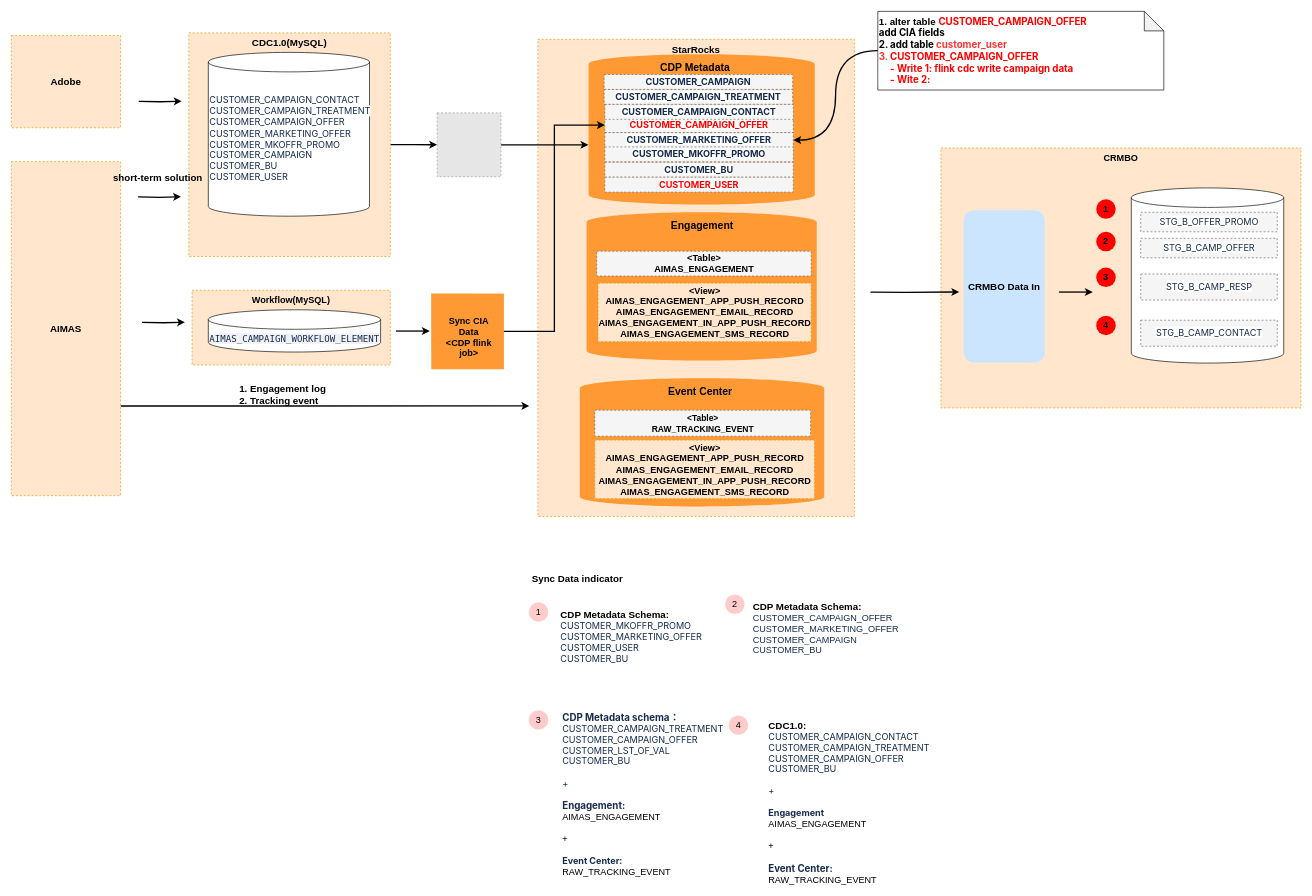
Earlier version of the draw.io diagram techlab/EDP/CRBO data integration strategy V2.drawio (qiufang1314/drawio). Source tidied: cells renumbered, new cells numbered last; positions are measured from the earlier drawing's top-left corner, leaving out a move shared by most shapes. Both pictures are drawn from the tidied source at 65%, with x=0, y=0 at pixel (11, 11). Pictures stored in the file or linked from it are replaced by grey dashed boxes.
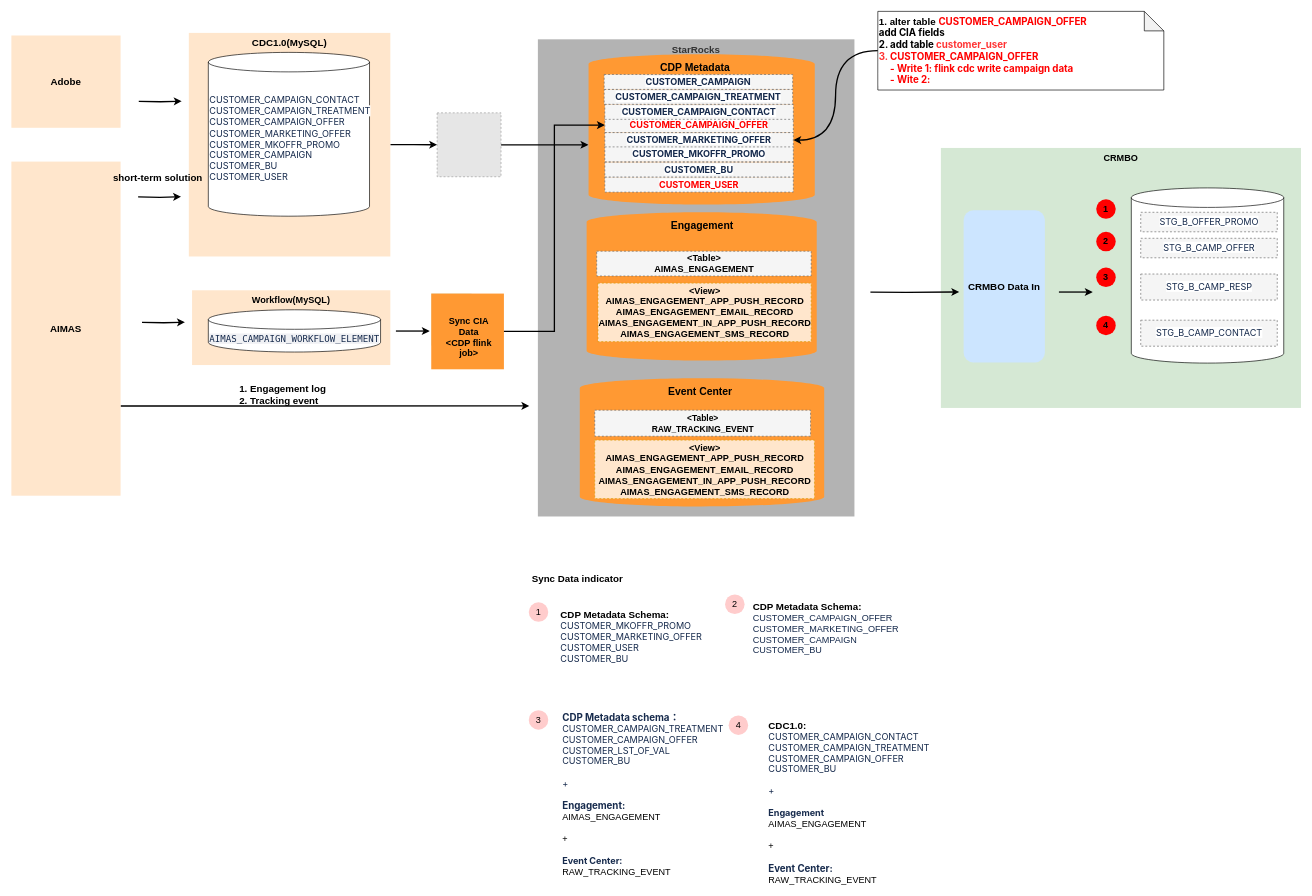
Above is the later version.

What changed in the source:
```diff
@@
-    <mxCell id="2" value="&lt;b&gt;&lt;font&gt;StarRocks&lt;/font&gt;&lt;/b&gt;" style="rounded=0;whiteSpace=wrap;html=1;dashed=1;verticalAlign=top;fillColor=#ffe6cc;strokeColor=#d79b00;fontSize=15;" parent="1" vertex="1">
+    <mxCell id="2" value="&lt;b&gt;&lt;font&gt;StarRocks&lt;/font&gt;&lt;/b&gt;" style="rounded=0;whiteSpace=wrap;html=1;dashed=1;verticalAlign=top;fillColor=#B3B3B3;strokeColor=none;fontSize=15;fontColor=#333333;" parent="1" vertex="1">
       <mxGeometry x="810" y="43" width="487" height="734.1" as="geometry" />
     </mxCell>
@@
-    <mxCell id="4" value="&lt;b&gt;&lt;font&gt;CDC1.0(MySQL)&lt;/font&gt;&lt;/b&gt;" style="rounded=0;whiteSpace=wrap;html=1;dashed=1;verticalAlign=top;fillColor=#ffe6cc;strokeColor=#d79b00;fontSize=15;" parent="1" vertex="1">
+    <mxCell id="4" value="&lt;b&gt;&lt;font&gt;CDC1.0(MySQL)&lt;/font&gt;&lt;/b&gt;" style="rounded=0;whiteSpace=wrap;html=1;dashed=1;verticalAlign=top;fillColor=#ffe6cc;strokeColor=none;fontSize=15;" parent="1" vertex="1">
       <mxGeometry x="273" y="33.1" width="310" height="344" as="geometry" />
     </mxCell>
-    <mxCell id="5" value="&lt;b&gt;&lt;font style=&quot;font-size: 14px;&quot;&gt;CRMBO&lt;/font&gt;&lt;/b&gt;" style="rounded=0;whiteSpace=wrap;html=1;dashed=1;verticalAlign=top;fillColor=#ffe6cc;strokeColor=#d79b00;" parent="1" vertex="1">
+    <mxCell id="5" value="&lt;b&gt;&lt;font style=&quot;font-size: 14px;&quot;&gt;CRMBO&lt;/font&gt;&lt;/b&gt;" style="rounded=0;whiteSpace=wrap;html=1;dashed=1;verticalAlign=top;fillColor=#d5e8d4;strokeColor=none;" parent="1" vertex="1">
       <mxGeometry x="1430" y="210.1" width="554" height="400" as="geometry" />
     </mxCell>
@@
-    <mxCell id="16" value="&lt;b&gt;&lt;font&gt;Adobe&lt;/font&gt;&lt;/b&gt;" style="rounded=0;whiteSpace=wrap;html=1;dashed=1;verticalAlign=middle;fillColor=#ffe6cc;strokeColor=#d79b00;fontSize=15;" parent="1" vertex="1">
+    <mxCell id="16" value="&lt;b&gt;&lt;font&gt;Adobe&lt;/font&gt;&lt;/b&gt;" style="rounded=0;whiteSpace=wrap;html=1;dashed=1;verticalAlign=middle;fillColor=#ffe6cc;strokeColor=none;fontSize=15;" parent="1" vertex="1">
       <mxGeometry y="37.1" width="168" height="142" as="geometry" />
     </mxCell>
@@
-    <mxCell id="18" value="&lt;b&gt;&lt;font&gt;AIMAS&lt;/font&gt;&lt;/b&gt;" style="rounded=0;whiteSpace=wrap;html=1;dashed=1;verticalAlign=middle;fillColor=#ffe6cc;strokeColor=#d79b00;fontSize=15;" parent="1" vertex="1">
+    <mxCell id="18" value="&lt;b&gt;&lt;font&gt;AIMAS&lt;/font&gt;&lt;/b&gt;" style="rounded=0;whiteSpace=wrap;html=1;dashed=1;verticalAlign=middle;fillColor=#ffe6cc;strokeColor=none;fontSize=15;" parent="1" vertex="1">
       <mxGeometry y="231.1" width="168" height="514" as="geometry" />
     </mxCell>
@@
-    <mxCell id="26" value="&lt;b&gt;&lt;font style=&quot;font-size: 14px;&quot;&gt;Workflow(MySQL)&lt;/font&gt;&lt;/b&gt;" style="rounded=0;whiteSpace=wrap;html=1;dashed=1;verticalAlign=top;fillColor=#ffe6cc;strokeColor=#d79b00;" parent="1" vertex="1">
+    <mxCell id="26" value="&lt;b&gt;&lt;font style=&quot;font-size: 14px;&quot;&gt;Workflow(MySQL)&lt;/font&gt;&lt;/b&gt;" style="rounded=0;whiteSpace=wrap;html=1;dashed=1;verticalAlign=top;fillColor=#ffe6cc;strokeColor=none;" parent="1" vertex="1">
       <mxGeometry x="278" y="429.1" width="305" height="115" as="geometry" />
     </mxCell>
```
